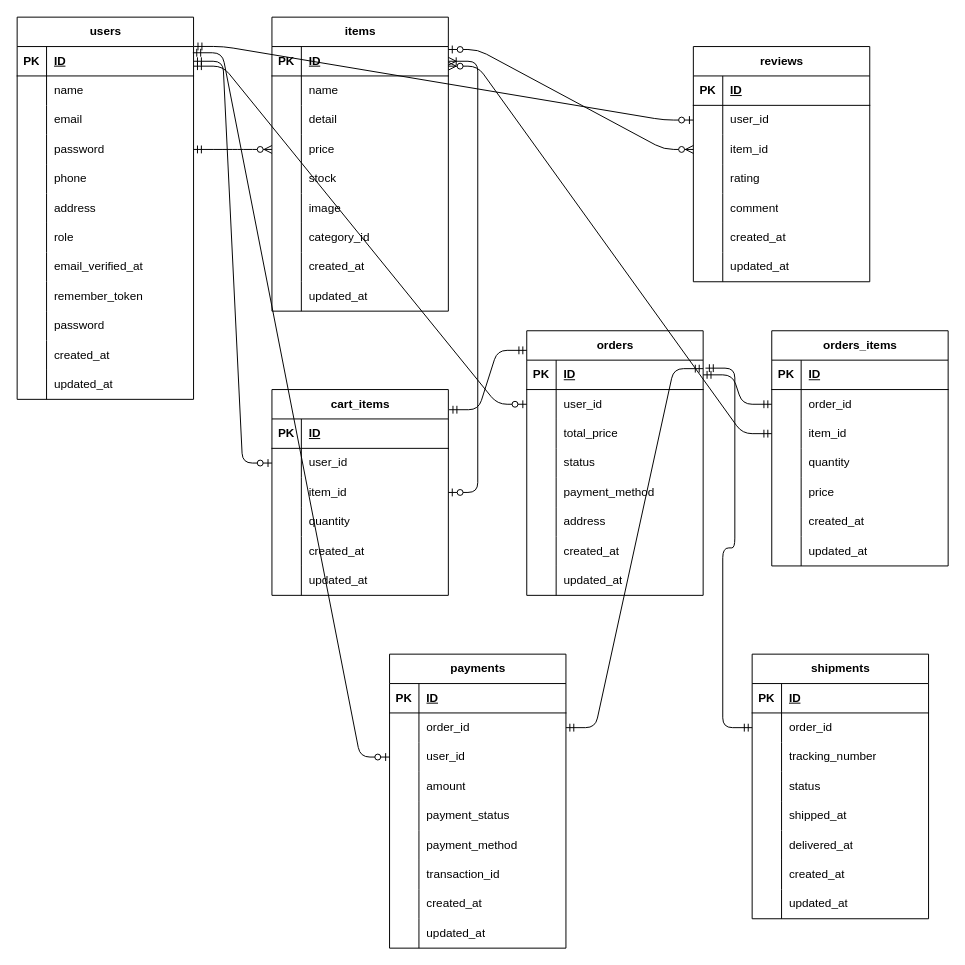
Earlier version of the draw.io diagram sellfruits.drawio (kameda11/sellfruits). Source tidied: cells renumbered, new cells numbered last; positions are measured from the earlier drawing's top-left corner, leaving out a move shared by most shapes. Both pictures are drawn from the tidied source at 98%, with x=0, y=0 at pixel (17, 17).
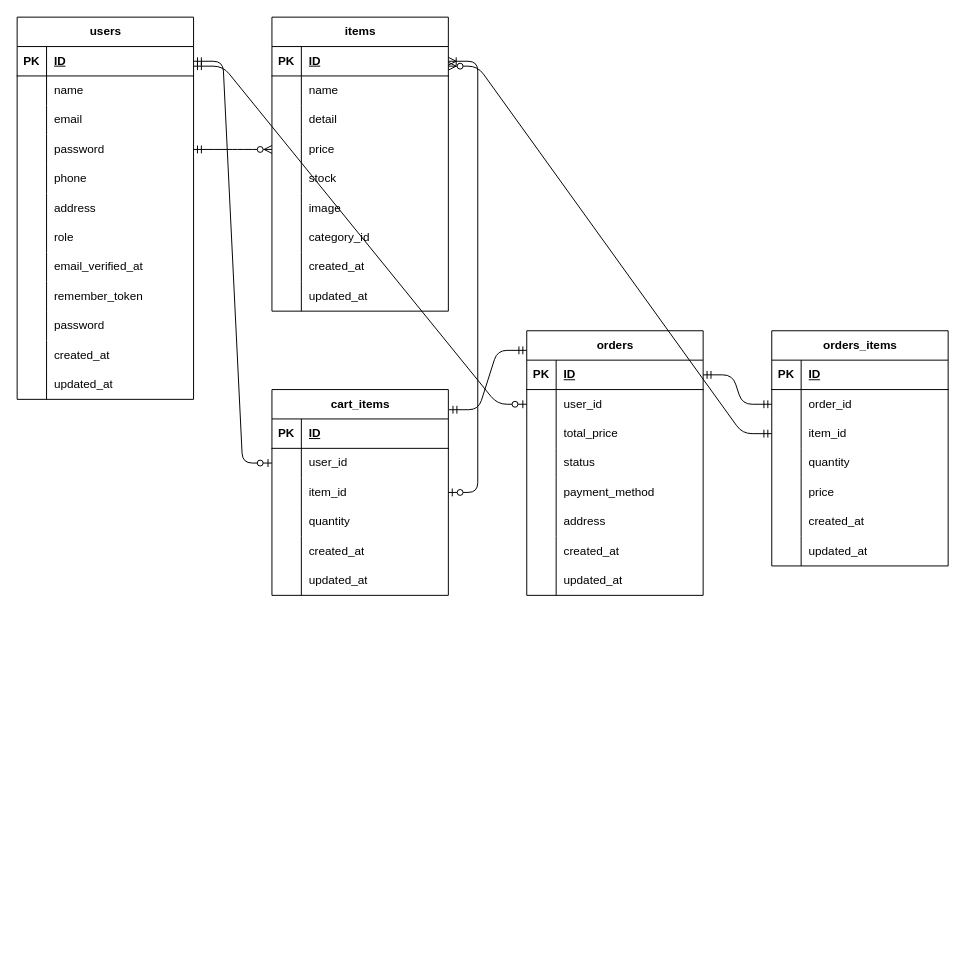
The same diagram, later.

Unchanged cells that the change refers to:
```xml
<mxCell id="3" style="shape=tableRow;horizontal=0;startSize=0;swimlaneHead=0;swimlaneBody=0;fillColor=none;points=[[0,0.5],[1,0.5]];portConstraint=eastwest;top=0;left=0;right=0;bottom=1;" parent="2" vertex="1">
  <mxGeometry y="30" width="180" height="30" as="geometry" />
</mxCell>
<mxCell id="87" style="shape=tableRow;horizontal=0;startSize=0;swimlaneHead=0;swimlaneBody=0;fillColor=none;points=[[0,0.5],[1,0.5]];portConstraint=eastwest;top=0;left=0;right=0;bottom=1;" parent="86" vertex="1">
  <mxGeometry y="30" width="180" height="30" as="geometry" />
</mxCell>
```

Diff of the diagram source:
```diff
@@
-    <mxCell id="133" value="payments" style="shape=table;startSize=30;childLayout=tableLayout;rowLines=0;fontStyle=1;align=center;html=1;" parent="1" vertex="1">
-      <mxGeometry x="380" y="650" width="180" height="300" as="geometry" />
-    </mxCell>
-    <mxCell id="134" style="shape=tableRow;horizontal=0;startSize=0;swimlaneHead=0;swimlaneBody=0;fillColor=none;top=0;left=0;right=0;bottom=1;" parent="133" vertex="1">
-      <mxGeometry y="30" width="180" height="30" as="geometry" />
-    </mxCell>
-    <mxCell id="135" value="PK" style="shape=partialRectangle;fillColor=none;top=0;left=0;bottom=0;right=0;fontStyle=1;overflow=hidden;whiteSpace=wrap;html=1;" parent="134" vertex="1">
-      <mxGeometry width="30" height="30" as="geometry" />
-    </mxCell>
-    <mxCell id="136" value="ID" style="shape=partialRectangle;fillColor=none;top=0;left=0;bottom=0;right=0;align=left;spacingLeft=6;fontStyle=5;overflow=hidden;whiteSpace=wrap;html=1;" parent="134" vertex="1">
-      <mxGeometry x="30" width="150" height="30" as="geometry" />
-    </mxCell>
-    <mxCell id="137" style="shape=tableRow;horizontal=0;startSize=0;swimlaneHead=0;swimlaneBody=0;fillColor=none;points=[[0,0.5],[1,0.5]];portConstraint=eastwest;top=0;left=0;right=0;bottom=0;" parent="133" vertex="1">
-      <mxGeometry y="60" width="180" height="30" as="geometry" />
-    </mxCell>
-    <mxCell id="138" style="shape=partialRectangle;fillColor=none;top=0;left=0;bottom=0;right=0;overflow=hidden;whiteSpace=wrap;html=1;" parent="137" vertex="1">
-      <mxGeometry width="30" height="30" as="geometry" />
-    </mxCell>
-    <mxCell id="139" value="order_id" style="shape=partialRectangle;fillColor=none;top=0;left=0;bottom=0;right=0;align=left;spacingLeft=6;overflow=hidden;whiteSpace=wrap;html=1;" parent="137" vertex="1">
-      <mxGeometry x="30" width="150" height="30" as="geometry" />
-    </mxCell>
-    <mxCell id="140" style="shape=tableRow;horizontal=0;startSize=0;swimlaneHead=0;swimlaneBody=0;fillColor=none;points=[[0,0.5],[1,0.5]];portConstraint=eastwest;top=0;left=0;right=0;bottom=0;" parent="133" vertex="1">
-      <mxGeometry y="90" width="180" height="30" as="geometry" />
-    </mxCell>
-    <mxCell id="141" style="shape=partialRectangle;fillColor=none;top=0;left=0;bottom=0;right=0;overflow=hidden;whiteSpace=wrap;html=1;" parent="140" vertex="1">
-      <mxGeometry width="30" height="30" as="geometry" />
-    </mxCell>
-    <mxCell id="142" value="user_id" style="shape=partialRectangle;fillColor=none;top=0;left=0;bottom=0;right=0;align=left;spacingLeft=6;overflow=hidden;whiteSpace=wrap;html=1;" parent="140" vertex="1">
-      <mxGeometry x="30" width="150" height="30" as="geometry" />
-    </mxCell>
-    <mxCell id="143" style="shape=tableRow;horizontal=0;startSize=0;swimlaneHead=0;swimlaneBody=0;fillColor=none;top=0;left=0;right=0;bottom=0;" parent="133" vertex="1">
-      <mxGeometry y="120" width="180" height="30" as="geometry" />
-    </mxCell>
-    <mxCell id="144" style="shape=partialRectangle;fillColor=none;top=0;left=0;bottom=0;right=0;overflow=hidden;whiteSpace=wrap;html=1;" parent="143" vertex="1">
-      <mxGeometry width="30" height="30" as="geometry" />
-    </mxCell>
-    <mxCell id="145" value="amount" style="shape=partialRectangle;fillColor=none;top=0;left=0;bottom=0;right=0;align=left;spacingLeft=6;overflow=hidden;whiteSpace=wrap;html=1;" parent="143" vertex="1">
-      <mxGeometry x="30" width="150" height="30" as="geometry" />
-    </mxCell>
-    <mxCell id="146" style="shape=tableRow;horizontal=0;startSize=0;swimlaneHead=0;swimlaneBody=0;fillColor=none;top=0;left=0;right=0;bottom=0;" parent="133" vertex="1">
-      <mxGeometry y="150" width="180" height="30" as="geometry" />
-    </mxCell>
-    <mxCell id="147" style="shape=partialRectangle;fillColor=none;top=0;left=0;bottom=0;right=0;overflow=hidden;whiteSpace=wrap;html=1;" parent="146" vertex="1">
-      <mxGeometry width="30" height="30" as="geometry" />
-    </mxCell>
-    <mxCell id="148" value="payment_status" style="shape=partialRectangle;fillColor=none;top=0;left=0;bottom=0;right=0;align=left;spacingLeft=6;overflow=hidden;whiteSpace=wrap;html=1;" parent="146" vertex="1">
-      <mxGeometry x="30" width="150" height="30" as="geometry" />
-    </mxCell>
-    <mxCell id="149" style="shape=tableRow;horizontal=0;startSize=0;swimlaneHead=0;swimlaneBody=0;fillColor=none;top=0;left=0;right=0;bottom=0;" parent="133" vertex="1">
-      <mxGeometry y="180" width="180" height="30" as="geometry" />
-    </mxCell>
-    <mxCell id="150" style="shape=partialRectangle;fillColor=none;top=0;left=0;bottom=0;right=0;overflow=hidden;whiteSpace=wrap;html=1;" parent="149" vertex="1">
-      <mxGeometry width="30" height="30" as="geometry" />
-    </mxCell>
-    <mxCell id="151" value="payment_method" style="shape=partialRectangle;fillColor=none;top=0;left=0;bottom=0;right=0;align=left;spacingLeft=6;overflow=hidden;whiteSpace=wrap;html=1;" parent="149" vertex="1">
-      <mxGeometry x="30" width="150" height="30" as="geometry" />
-    </mxCell>
-    <mxCell id="152" style="shape=tableRow;horizontal=0;startSize=0;swimlaneHead=0;swimlaneBody=0;fillColor=none;top=0;left=0;right=0;bottom=0;" parent="133" vertex="1">
-      <mxGeometry y="210" width="180" height="30" as="geometry" />
-    </mxCell>
-    <mxCell id="153" style="shape=partialRectangle;fillColor=none;top=0;left=0;bottom=0;right=0;overflow=hidden;whiteSpace=wrap;html=1;" parent="152" vertex="1">
-      <mxGeometry width="30" height="30" as="geometry" />
-    </mxCell>
-    <mxCell id="154" value="transaction_id" style="shape=partialRectangle;fillColor=none;top=0;left=0;bottom=0;right=0;align=left;spacingLeft=6;overflow=hidden;whiteSpace=wrap;html=1;" parent="152" vertex="1">
-      <mxGeometry x="30" width="150" height="30" as="geometry" />
-    </mxCell>
-    <mxCell id="155" style="shape=tableRow;horizontal=0;startSize=0;swimlaneHead=0;swimlaneBody=0;fillColor=none;top=0;left=0;right=0;bottom=0;" parent="133" vertex="1">
-      <mxGeometry y="240" width="180" height="30" as="geometry" />
-    </mxCell>
-    <mxCell id="156" style="shape=partialRectangle;fillColor=none;top=0;left=0;bottom=0;right=0;overflow=hidden;whiteSpace=wrap;html=1;" parent="155" vertex="1">
-      <mxGeometry width="30" height="30" as="geometry" />
-    </mxCell>
-    <mxCell id="157" value="created_at" style="shape=partialRectangle;fillColor=none;top=0;left=0;bottom=0;right=0;align=left;spacingLeft=6;overflow=hidden;whiteSpace=wrap;html=1;" parent="155" vertex="1">
-      <mxGeometry x="30" width="150" height="30" as="geometry" />
-    </mxCell>
-    <mxCell id="158" style="shape=tableRow;horizontal=0;startSize=0;swimlaneHead=0;swimlaneBody=0;fillColor=none;top=0;left=0;right=0;bottom=0;" parent="133" vertex="1">
-      <mxGeometry y="270" width="180" height="30" as="geometry" />
-    </mxCell>
-    <mxCell id="159" style="shape=partialRectangle;fillColor=none;top=0;left=0;bottom=0;right=0;overflow=hidden;whiteSpace=wrap;html=1;" parent="158" vertex="1">
-      <mxGeometry width="30" height="30" as="geometry" />
-    </mxCell>
-    <mxCell id="160" value="updated_at" style="shape=partialRectangle;fillColor=none;top=0;left=0;bottom=0;right=0;align=left;spacingLeft=6;overflow=hidden;whiteSpace=wrap;html=1;" parent="158" vertex="1">
-      <mxGeometry x="30" width="150" height="30" as="geometry" />
-    </mxCell>
-    <mxCell id="161" value="reviews" style="shape=table;startSize=30;childLayout=tableLayout;rowLines=0;fontStyle=1;align=center;html=1;" parent="1" vertex="1">
-      <mxGeometry x="690" y="30" width="180" height="240" as="geometry" />
-    </mxCell>
-    <mxCell id="162" style="shape=tableRow;horizontal=0;startSize=0;swimlaneHead=0;swimlaneBody=0;fillColor=none;top=0;left=0;right=0;bottom=1;" parent="161" vertex="1">
-      <mxGeometry y="30" width="180" height="30" as="geometry" />
-    </mxCell>
-    <mxCell id="163" value="PK" style="shape=partialRectangle;fillColor=none;top=0;left=0;bottom=0;right=0;fontStyle=1;overflow=hidden;whiteSpace=wrap;html=1;" parent="162" vertex="1">
-      <mxGeometry width="30" height="30" as="geometry" />
-    </mxCell>
-    <mxCell id="164" value="ID" style="shape=partialRectangle;fillColor=none;top=0;left=0;bottom=0;right=0;align=left;spacingLeft=6;fontStyle=5;overflow=hidden;whiteSpace=wrap;html=1;" parent="162" vertex="1">
-      <mxGeometry x="30" width="150" height="30" as="geometry" />
-    </mxCell>
-    <mxCell id="165" style="shape=tableRow;horizontal=0;startSize=0;swimlaneHead=0;swimlaneBody=0;fillColor=none;points=[[0,0.5],[1,0.5]];portConstraint=eastwest;top=0;left=0;right=0;bottom=0;" parent="161" vertex="1">
-      <mxGeometry y="60" width="180" height="30" as="geometry" />
-    </mxCell>
-    <mxCell id="166" style="shape=partialRectangle;fillColor=none;top=0;left=0;bottom=0;right=0;overflow=hidden;whiteSpace=wrap;html=1;" parent="165" vertex="1">
-      <mxGeometry width="30" height="30" as="geometry" />
-    </mxCell>
-    <mxCell id="167" value="user_id" style="shape=partialRectangle;fillColor=none;top=0;left=0;bottom=0;right=0;align=left;spacingLeft=6;overflow=hidden;whiteSpace=wrap;html=1;" parent="165" vertex="1">
-      <mxGeometry x="30" width="150" height="30" as="geometry" />
-    </mxCell>
-    <mxCell id="168" style="shape=tableRow;horizontal=0;startSize=0;swimlaneHead=0;swimlaneBody=0;fillColor=none;points=[[0,0.5],[1,0.5]];portConstraint=eastwest;top=0;left=0;right=0;bottom=0;" parent="161" vertex="1">
-      <mxGeometry y="90" width="180" height="30" as="geometry" />
-    </mxCell>
-    <mxCell id="169" style="shape=partialRectangle;fillColor=none;top=0;left=0;bottom=0;right=0;overflow=hidden;whiteSpace=wrap;html=1;" parent="168" vertex="1">
-      <mxGeometry width="30" height="30" as="geometry" />
-    </mxCell>
-    <mxCell id="170" value="item_id" style="shape=partialRectangle;fillColor=none;top=0;left=0;bottom=0;right=0;align=left;spacingLeft=6;overflow=hidden;whiteSpace=wrap;html=1;" parent="168" vertex="1">
-      <mxGeometry x="30" width="150" height="30" as="geometry" />
-    </mxCell>
-    <mxCell id="171" style="shape=tableRow;horizontal=0;startSize=0;swimlaneHead=0;swimlaneBody=0;fillColor=none;top=0;left=0;right=0;bottom=0;" parent="161" vertex="1">
-      <mxGeometry y="120" width="180" height="30" as="geometry" />
-    </mxCell>
-    <mxCell id="172" style="shape=partialRectangle;fillColor=none;top=0;left=0;bottom=0;right=0;overflow=hidden;whiteSpace=wrap;html=1;" parent="171" vertex="1">
-      <mxGeometry width="30" height="30" as="geometry" />
-    </mxCell>
-    <mxCell id="173" value="rating" style="shape=partialRectangle;fillColor=none;top=0;left=0;bottom=0;right=0;align=left;spacingLeft=6;overflow=hidden;whiteSpace=wrap;html=1;" parent="171" vertex="1">
-      <mxGeometry x="30" width="150" height="30" as="geometry" />
-    </mxCell>
-    <mxCell id="174" style="shape=tableRow;horizontal=0;startSize=0;swimlaneHead=0;swimlaneBody=0;fillColor=none;top=0;left=0;right=0;bottom=0;" parent="161" vertex="1">
-      <mxGeometry y="150" width="180" height="30" as="geometry" />
-    </mxCell>
-    <mxCell id="175" style="shape=partialRectangle;fillColor=none;top=0;left=0;bottom=0;right=0;overflow=hidden;whiteSpace=wrap;html=1;" parent="174" vertex="1">
-      <mxGeometry width="30" height="30" as="geometry" />
-    </mxCell>
-    <mxCell id="176" value="comment" style="shape=partialRectangle;fillColor=none;top=0;left=0;bottom=0;right=0;align=left;spacingLeft=6;overflow=hidden;whiteSpace=wrap;html=1;" parent="174" vertex="1">
-      <mxGeometry x="30" width="150" height="30" as="geometry" />
-    </mxCell>
-    <mxCell id="177" style="shape=tableRow;horizontal=0;startSize=0;swimlaneHead=0;swimlaneBody=0;fillColor=none;top=0;left=0;right=0;bottom=0;" parent="161" vertex="1">
-      <mxGeometry y="180" width="180" height="30" as="geometry" />
-    </mxCell>
-    <mxCell id="178" style="shape=partialRectangle;fillColor=none;top=0;left=0;bottom=0;right=0;overflow=hidden;whiteSpace=wrap;html=1;" parent="177" vertex="1">
-      <mxGeometry width="30" height="30" as="geometry" />
-    </mxCell>
-    <mxCell id="179" value="created_at" style="shape=partialRectangle;fillColor=none;top=0;left=0;bottom=0;right=0;align=left;spacingLeft=6;overflow=hidden;whiteSpace=wrap;html=1;" parent="177" vertex="1">
-      <mxGeometry x="30" width="150" height="30" as="geometry" />
-    </mxCell>
-    <mxCell id="180" style="shape=tableRow;horizontal=0;startSize=0;swimlaneHead=0;swimlaneBody=0;fillColor=none;top=0;left=0;right=0;bottom=0;" parent="161" vertex="1">
-      <mxGeometry y="210" width="180" height="30" as="geometry" />
-    </mxCell>
-    <mxCell id="181" style="shape=partialRectangle;fillColor=none;top=0;left=0;bottom=0;right=0;overflow=hidden;whiteSpace=wrap;html=1;" parent="180" vertex="1">
-      <mxGeometry width="30" height="30" as="geometry" />
-    </mxCell>
-    <mxCell id="182" value="updated_at" style="shape=partialRectangle;fillColor=none;top=0;left=0;bottom=0;right=0;align=left;spacingLeft=6;overflow=hidden;whiteSpace=wrap;html=1;" parent="180" vertex="1">
-      <mxGeometry x="30" width="150" height="30" as="geometry" />
-    </mxCell>
-    <mxCell id="183" value="shipments" style="shape=table;startSize=30;childLayout=tableLayout;rowLines=0;fontStyle=1;align=center;html=1;" parent="1" vertex="1">
-      <mxGeometry x="750" y="650" width="180" height="270" as="geometry" />
-    </mxCell>
-    <mxCell id="184" style="shape=tableRow;horizontal=0;startSize=0;swimlaneHead=0;swimlaneBody=0;fillColor=none;top=0;left=0;right=0;bottom=1;" parent="183" vertex="1">
-      <mxGeometry y="30" width="180" height="30" as="geometry" />
-    </mxCell>
-    <mxCell id="185" value="PK" style="shape=partialRectangle;fillColor=none;top=0;left=0;bottom=0;right=0;fontStyle=1;overflow=hidden;whiteSpace=wrap;html=1;" parent="184" vertex="1">
-      <mxGeometry width="30" height="30" as="geometry" />
-    </mxCell>
-    <mxCell id="186" value="ID" style="shape=partialRectangle;fillColor=none;top=0;left=0;bottom=0;right=0;align=left;spacingLeft=6;fontStyle=5;overflow=hidden;whiteSpace=wrap;html=1;" parent="184" vertex="1">
-      <mxGeometry x="30" width="150" height="30" as="geometry" />
-    </mxCell>
-    <mxCell id="187" style="shape=tableRow;horizontal=0;startSize=0;swimlaneHead=0;swimlaneBody=0;fillColor=none;points=[[0,0.5],[1,0.5]];portConstraint=eastwest;top=0;left=0;right=0;bottom=0;" parent="183" vertex="1">
-      <mxGeometry y="60" width="180" height="30" as="geometry" />
-    </mxCell>
-    <mxCell id="188" style="shape=partialRectangle;fillColor=none;top=0;left=0;bottom=0;right=0;overflow=hidden;whiteSpace=wrap;html=1;" parent="187" vertex="1">
-      <mxGeometry width="30" height="30" as="geometry" />
-    </mxCell>
-    <mxCell id="189" value="order_id" style="shape=partialRectangle;fillColor=none;top=0;left=0;bottom=0;right=0;align=left;spacingLeft=6;overflow=hidden;whiteSpace=wrap;html=1;" parent="187" vertex="1">
-      <mxGeometry x="30" width="150" height="30" as="geometry" />
-    </mxCell>
-    <mxCell id="190" style="shape=tableRow;horizontal=0;startSize=0;swimlaneHead=0;swimlaneBody=0;fillColor=none;top=0;left=0;right=0;bottom=0;" parent="183" vertex="1">
-      <mxGeometry y="90" width="180" height="30" as="geometry" />
-    </mxCell>
-    <mxCell id="191" style="shape=partialRectangle;fillColor=none;top=0;left=0;bottom=0;right=0;overflow=hidden;whiteSpace=wrap;html=1;" parent="190" vertex="1">
-      <mxGeometry width="30" height="30" as="geometry" />
-    </mxCell>
-    <mxCell id="192" value="tracking_number" style="shape=partialRectangle;fillColor=none;top=0;left=0;bottom=0;right=0;align=left;spacingLeft=6;overflow=hidden;whiteSpace=wrap;html=1;" parent="190" vertex="1">
-      <mxGeometry x="30" width="150" height="30" as="geometry" />
-    </mxCell>
-    <mxCell id="193" style="shape=tableRow;horizontal=0;startSize=0;swimlaneHead=0;swimlaneBody=0;fillColor=none;top=0;left=0;right=0;bottom=0;" parent="183" vertex="1">
-      <mxGeometry y="120" width="180" height="30" as="geometry" />
-    </mxCell>
-    <mxCell id="194" style="shape=partialRectangle;fillColor=none;top=0;left=0;bottom=0;right=0;overflow=hidden;whiteSpace=wrap;html=1;" parent="193" vertex="1">
-      <mxGeometry width="30" height="30" as="geometry" />
-    </mxCell>
-    <mxCell id="195" value="status" style="shape=partialRectangle;fillColor=none;top=0;left=0;bottom=0;right=0;align=left;spacingLeft=6;overflow=hidden;whiteSpace=wrap;html=1;" parent="193" vertex="1">
-      <mxGeometry x="30" width="150" height="30" as="geometry" />
-    </mxCell>
-    <mxCell id="196" style="shape=tableRow;horizontal=0;startSize=0;swimlaneHead=0;swimlaneBody=0;fillColor=none;top=0;left=0;right=0;bottom=0;" parent="183" vertex="1">
-      <mxGeometry y="150" width="180" height="30" as="geometry" />
-    </mxCell>
-    <mxCell id="197" style="shape=partialRectangle;fillColor=none;top=0;left=0;bottom=0;right=0;overflow=hidden;whiteSpace=wrap;html=1;" parent="196" vertex="1">
-      <mxGeometry width="30" height="30" as="geometry" />
-    </mxCell>
-    <mxCell id="198" value="shipped_at" style="shape=partialRectangle;fillColor=none;top=0;left=0;bottom=0;right=0;align=left;spacingLeft=6;overflow=hidden;whiteSpace=wrap;html=1;" parent="196" vertex="1">
-      <mxGeometry x="30" width="150" height="30" as="geometry" />
-    </mxCell>
-    <mxCell id="199" style="shape=tableRow;horizontal=0;startSize=0;swimlaneHead=0;swimlaneBody=0;fillColor=none;top=0;left=0;right=0;bottom=0;" parent="183" vertex="1">
-      <mxGeometry y="180" width="180" height="30" as="geometry" />
-    </mxCell>
-    <mxCell id="200" style="shape=partialRectangle;fillColor=none;top=0;left=0;bottom=0;right=0;overflow=hidden;whiteSpace=wrap;html=1;" parent="199" vertex="1">
-      <mxGeometry width="30" height="30" as="geometry" />
-    </mxCell>
-    <mxCell id="201" value="delivered_at" style="shape=partialRectangle;fillColor=none;top=0;left=0;bottom=0;right=0;align=left;spacingLeft=6;overflow=hidden;whiteSpace=wrap;html=1;" parent="199" vertex="1">
-      <mxGeometry x="30" width="150" height="30" as="geometry" />
-    </mxCell>
-    <mxCell id="202" style="shape=tableRow;horizontal=0;startSize=0;swimlaneHead=0;swimlaneBody=0;fillColor=none;top=0;left=0;right=0;bottom=0;" parent="183" vertex="1">
-      <mxGeometry y="210" width="180" height="30" as="geometry" />
-    </mxCell>
-    <mxCell id="203" style="shape=partialRectangle;fillColor=none;top=0;left=0;bottom=0;right=0;overflow=hidden;whiteSpace=wrap;html=1;" parent="202" vertex="1">
-      <mxGeometry width="30" height="30" as="geometry" />
-    </mxCell>
-    <mxCell id="204" value="created_at" style="shape=partialRectangle;fillColor=none;top=0;left=0;bottom=0;right=0;align=left;spacingLeft=6;overflow=hidden;whiteSpace=wrap;html=1;" parent="202" vertex="1">
-      <mxGeometry x="30" width="150" height="30" as="geometry" />
-    </mxCell>
-    <mxCell id="205" style="shape=tableRow;horizontal=0;startSize=0;swimlaneHead=0;swimlaneBody=0;fillColor=none;top=0;left=0;right=0;bottom=0;" parent="183" vertex="1">
-      <mxGeometry y="240" width="180" height="30" as="geometry" />
-    </mxCell>
-    <mxCell id="206" style="shape=partialRectangle;fillColor=none;top=0;left=0;bottom=0;right=0;overflow=hidden;whiteSpace=wrap;html=1;" parent="205" vertex="1">
-      <mxGeometry width="30" height="30" as="geometry" />
-    </mxCell>
-    <mxCell id="207" value="updated_at" style="shape=partialRectangle;fillColor=none;top=0;left=0;bottom=0;right=0;align=left;spacingLeft=6;overflow=hidden;whiteSpace=wrap;html=1;" parent="205" vertex="1">
-      <mxGeometry x="30" width="150" height="30" as="geometry" />
-    </mxCell>
@@
-    <mxCell id="215" style="edgeStyle=entityRelationEdgeStyle;fontSize=12;html=1;endArrow=ERmandOne;startArrow=ERmandOne;entryX=1;entryY=0.289;entryDx=0;entryDy=0;exitX=1;exitY=0.5;exitDx=0;exitDy=0;entryPerimeter=0;" parent="1" edge="1" source="137" target="87">
-      <mxGeometry relative="1" as="geometry" />
-    </mxCell>
-    <mxCell id="216" style="edgeStyle=entityRelationEdgeStyle;fontSize=12;html=1;endArrow=ERzeroToOne;startArrow=ERmandOne;exitX=0.996;exitY=0.211;exitDx=0;exitDy=0;exitPerimeter=0;entryX=0;entryY=0.5;entryDx=0;entryDy=0;" parent="1" edge="1" source="3" target="140">
-      <mxGeometry relative="1" as="geometry" />
-    </mxCell>
-    <mxCell id="217" style="edgeStyle=entityRelationEdgeStyle;fontSize=12;html=1;endArrow=ERzeroToMany;startArrow=ERzeroToOne;entryX=0;entryY=0.5;entryDx=0;entryDy=0;" parent="1" edge="1" target="168">
-      <mxGeometry relative="1" as="geometry">
-        <mxPoint x="440" y="33" as="sourcePoint" />
-      </mxGeometry>
-    </mxCell>
-    <mxCell id="218" style="edgeStyle=entityRelationEdgeStyle;fontSize=12;html=1;endArrow=ERzeroToOne;startArrow=ERmandOne;exitX=1.003;exitY=-0.003;exitDx=0;exitDy=0;exitPerimeter=0;entryX=0;entryY=0.5;entryDx=0;entryDy=0;" parent="1" edge="1" source="3" target="165">
-      <mxGeometry relative="1" as="geometry" />
-    </mxCell>
-    <mxCell id="219" style="edgeStyle=entityRelationEdgeStyle;fontSize=12;html=1;endArrow=ERmandOne;startArrow=ERmandOne;entryX=1.013;entryY=0.272;entryDx=0;entryDy=0;entryPerimeter=0;exitX=0;exitY=0.5;exitDx=0;exitDy=0;" parent="1" edge="1" source="187" target="87">
-      <mxGeometry relative="1" as="geometry" />
-    </mxCell>
```
